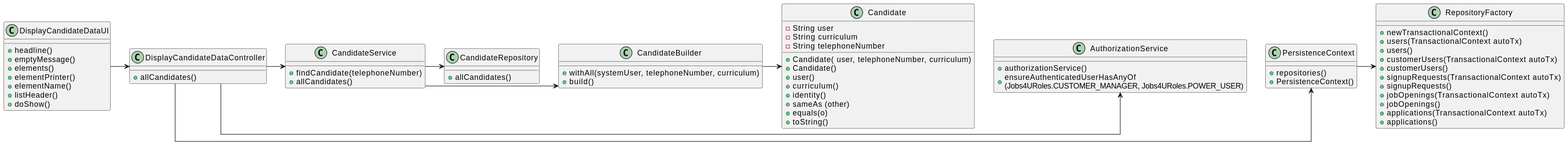
Above: docs/SprintB/1006/1006-class-diagram.svg in MiguelCardoso77/LAPR4 (PlantUML), before the change.
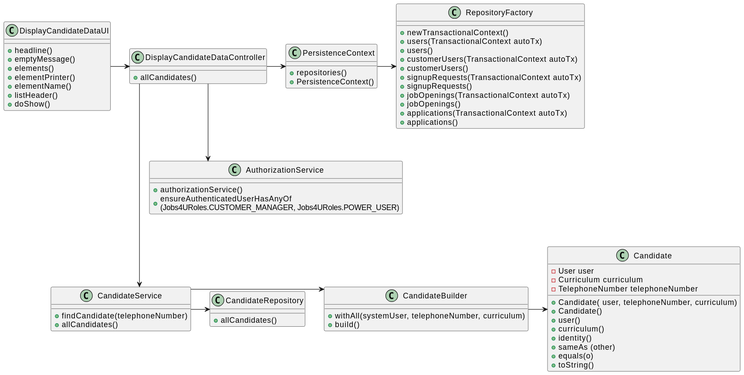
After the change.

Diff of the diagram source:
```diff
@@ -18,9 +18,9 @@
 }
 
 class Candidate{
-    - String user
-    - String curriculum
-    - String telephoneNumber
+    - User user
+    - Curriculum curriculum
+    - TelephoneNumber telephoneNumber
 
     + Candidate( user, telephoneNumber, curriculum)
     + Candidate()
@@ -86,8 +86,8 @@
 DisplayCandidateDataUI -> DisplayCandidateDataController
 DisplayCandidateDataController -> PersistenceContext
 PersistenceContext -> RepositoryFactory
-DisplayCandidateDataController -> AuthorizationService
-DisplayCandidateDataController -> CandidateService
+DisplayCandidateDataController --> AuthorizationService
+DisplayCandidateDataController ---> CandidateService
 CandidateService -> CandidateBuilder
 CandidateBuilder -> Candidate
 CandidateService-> CandidateRepository
```
